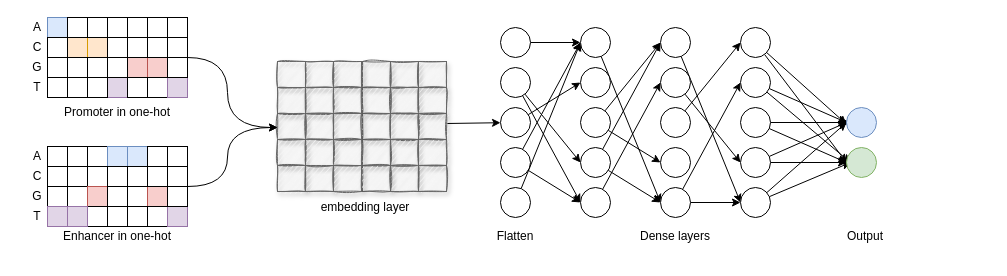
Above: onehot_embedding_dense.drawio in NaiveTom/draw.io (draw.io), before the change. Source tidied: cells renumbered, new cells numbered last; positions are measured from the earlier drawing's top-left corner, leaving out a move shared by most shapes. Both pictures are drawn from the tidied source at 100%, with x=0, y=0 at pixel (17, 17).
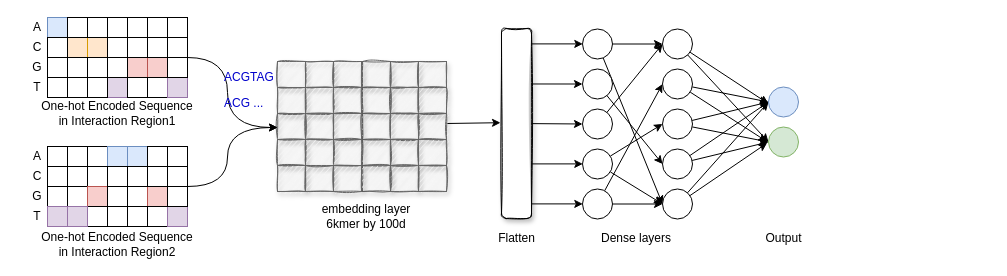
The same diagram, later.

Change to the diagram source:
```diff
@@
-    <mxCell id="10" style="edgeStyle=none;rounded=0;jettySize=auto;html=1;" parent="1" edge="1" target="110">
+    <mxCell id="10" style="edgeStyle=none;rounded=0;orthogonalLoop=1;jettySize=auto;html=1;" parent="1" edge="1">
       <mxGeometry relative="1" as="geometry">
         <mxPoint x="429" y="106" as="sourcePoint" />
+        <mxPoint x="483" y="105.2" as="targetPoint" />
       </mxGeometry>
     </mxCell>
@@
-    <mxCell id="33" value="&lt;div&gt;embedding layer&lt;/div&gt;" style="text;html=1;strokeColor=none;fillColor=none;align=center;verticalAlign=middle;whiteSpace=wrap;rounded=0;" parent="1" vertex="1">
-      <mxGeometry x="268" y="180" width="160" height="20" as="geometry" />
-    </mxCell>
-    <mxCell id="34" value="&lt;div&gt;Promoter in one-hot&lt;/div&gt;" style="text;html=1;strokeColor=none;fillColor=none;align=center;verticalAlign=middle;whiteSpace=wrap;rounded=0;" parent="1" vertex="1">
-      <mxGeometry x="20" y="85" width="160" height="20" as="geometry" />
-    </mxCell>
-    <mxCell id="35" value="&lt;div&gt;Enhancer in one-hot&lt;/div&gt;" style="text;html=1;strokeColor=none;fillColor=none;align=center;verticalAlign=middle;whiteSpace=wrap;rounded=0;" parent="1" vertex="1">
-      <mxGeometry x="20" y="209" width="160" height="20" as="geometry" />
-    </mxCell>
@@
-    <mxCell id="104" style="edgeStyle=none;rounded=0;jettySize=auto;html=1;entryX=0;entryY=0.5;entryDx=0;entryDy=0;" parent="1" edge="1" source="105" target="117">
-      <mxGeometry relative="1" as="geometry" />
-    </mxCell>
-    <mxCell id="105" style="ellipse;whiteSpace=wrap;html=1;" parent="1" vertex="1">
-      <mxGeometry x="483" y="10" width="30" height="30" as="geometry" />
-    </mxCell>
-    <mxCell id="106" style="edgeStyle=none;rounded=1;jumpSize=20;jettySize=auto;html=1;entryX=0;entryY=0.5;entryDx=0;entryDy=0;strokeWidth=1;" parent="1" edge="1" source="108" target="126">
-      <mxGeometry relative="1" as="geometry" />
-    </mxCell>
-    <mxCell id="107" style="edgeStyle=none;rounded=1;jumpSize=20;jettySize=auto;html=1;entryX=0;entryY=0.5;entryDx=0;entryDy=0;strokeWidth=1;" parent="1" edge="1" source="108" target="124">
-      <mxGeometry relative="1" as="geometry" />
-    </mxCell>
-    <mxCell id="108" style="ellipse;whiteSpace=wrap;html=1;" parent="1" vertex="1">
-      <mxGeometry x="483" y="50" width="30" height="30" as="geometry" />
-    </mxCell>
-    <mxCell id="109" style="rounded=1;jumpSize=20;jettySize=auto;html=1;entryX=0;entryY=0.5;entryDx=0;entryDy=0;strokeWidth=1;" parent="1" edge="1" source="110" target="118">
-      <mxGeometry relative="1" as="geometry" />
-    </mxCell>
-    <mxCell id="110" style="ellipse;whiteSpace=wrap;html=1;" parent="1" vertex="1">
-      <mxGeometry x="483" y="90" width="30" height="30" as="geometry" />
-    </mxCell>
-    <mxCell id="111" style="rounded=1;jumpSize=20;jettySize=auto;html=1;entryX=0;entryY=0.5;entryDx=0;entryDy=0;strokeWidth=1;" parent="1" edge="1" source="113" target="117">
-      <mxGeometry relative="1" as="geometry" />
-    </mxCell>
-    <mxCell id="112" style="edgeStyle=none;rounded=1;jumpSize=20;jettySize=auto;html=1;entryX=0;entryY=0.5;entryDx=0;entryDy=0;strokeWidth=1;" parent="1" edge="1" source="113" target="126">
-      <mxGeometry relative="1" as="geometry" />
-    </mxCell>
-    <mxCell id="113" style="ellipse;whiteSpace=wrap;html=1;" parent="1" vertex="1">
-      <mxGeometry x="483" y="130" width="30" height="30" as="geometry" />
-    </mxCell>
-    <mxCell id="114" style="edgeStyle=none;rounded=1;jumpSize=20;jettySize=auto;html=1;entryX=0;entryY=0.5;entryDx=0;entryDy=0;strokeWidth=1;" parent="1" edge="1" source="115" target="117">
-      <mxGeometry relative="1" as="geometry" />
-    </mxCell>
-    <mxCell id="115" style="ellipse;whiteSpace=wrap;html=1;" parent="1" vertex="1">
-      <mxGeometry x="483" y="170" width="30" height="30" as="geometry" />
-    </mxCell>
-    <mxCell id="116" style="edgeStyle=none;rounded=1;jumpSize=20;jettySize=auto;html=1;entryX=0;entryY=0.5;entryDx=0;entryDy=0;strokeWidth=1;" parent="1" edge="1" source="117" target="138">
-      <mxGeometry relative="1" as="geometry" />
-    </mxCell>
-    <mxCell id="117" style="ellipse;whiteSpace=wrap;html=1;" parent="1" vertex="1">
-      <mxGeometry x="563" y="10" width="30" height="30" as="geometry" />
-    </mxCell>
-    <mxCell id="118" style="ellipse;whiteSpace=wrap;html=1;" parent="1" vertex="1">
-      <mxGeometry x="563" y="50" width="30" height="30" as="geometry" />
-    </mxCell>
-    <mxCell id="119" style="edgeStyle=none;rounded=1;jumpSize=20;jettySize=auto;html=1;entryX=0;entryY=0.5;entryDx=0;entryDy=0;strokeWidth=1;" parent="1" edge="1" source="121" target="135">
-      <mxGeometry relative="1" as="geometry" />
-    </mxCell>
-    <mxCell id="120" style="edgeStyle=none;rounded=1;jumpSize=20;jettySize=auto;html=1;entryX=0;entryY=0.5;entryDx=0;entryDy=0;strokeWidth=1;" parent="1" edge="1" source="121" target="130">
-      <mxGeometry relative="1" as="geometry" />
-    </mxCell>
-    <mxCell id="121" style="ellipse;whiteSpace=wrap;html=1;" parent="1" vertex="1">
-      <mxGeometry x="563" y="90" width="30" height="30" as="geometry" />
-    </mxCell>
-    <mxCell id="122" style="edgeStyle=none;rounded=1;jumpSize=20;jettySize=auto;html=1;entryX=0;entryY=0.5;entryDx=0;entryDy=0;strokeWidth=1;" parent="1" edge="1" source="124" target="130">
-      <mxGeometry relative="1" as="geometry" />
-    </mxCell>
-    <mxCell id="123" style="edgeStyle=none;rounded=1;jumpSize=20;jettySize=auto;html=1;entryX=0;entryY=0.5;entryDx=0;entryDy=0;strokeWidth=1;" parent="1" edge="1" source="124" target="138">
-      <mxGeometry relative="1" as="geometry" />
-    </mxCell>
-    <mxCell id="124" style="ellipse;whiteSpace=wrap;html=1;" parent="1" vertex="1">
-      <mxGeometry x="563" y="130" width="30" height="30" as="geometry" />
-    </mxCell>
-    <mxCell id="125" style="edgeStyle=none;rounded=1;jumpSize=20;jettySize=auto;html=1;entryX=0;entryY=0.5;entryDx=0;entryDy=0;strokeWidth=1;" parent="1" edge="1" source="126" target="132">
-      <mxGeometry relative="1" as="geometry" />
-    </mxCell>
-    <mxCell id="126" style="ellipse;whiteSpace=wrap;html=1;" parent="1" vertex="1">
-      <mxGeometry x="563" y="170" width="30" height="30" as="geometry" />
-    </mxCell>
+    <mxCell id="157" value="One-hot Encoded Sequence in Interaction Region1" style="text;html=1;strokeColor=none;fillColor=none;align=center;verticalAlign=middle;whiteSpace=wrap;rounded=0;" parent="1" vertex="1">
+      <mxGeometry x="20" y="85.5" width="160" height="20" as="geometry" />
+    </mxCell>
+    <mxCell id="158" value="&lt;div&gt;One-hot Encoded Sequence in Interaction Region2&lt;/div&gt;" style="text;html=1;strokeColor=none;fillColor=none;align=center;verticalAlign=middle;whiteSpace=wrap;rounded=0;" parent="1" vertex="1">
+      <mxGeometry x="20" y="216.5" width="160" height="20" as="geometry" />
+    </mxCell>
+    <mxCell id="159" value="&lt;div&gt;embedding layer&lt;/div&gt;&lt;div&gt;6kmer by 100d&lt;/div&gt;" style="text;html=1;strokeColor=none;fillColor=none;align=center;verticalAlign=middle;whiteSpace=wrap;rounded=0;" parent="1" vertex="1">
+      <mxGeometry x="269" y="189" width="160" height="20" as="geometry" />
+    </mxCell>
+    <mxCell id="160" value="&lt;font color=&quot;#0000CC&quot;&gt;ACGTAG&lt;/font&gt;" style="text;whiteSpace=wrap;html=1;" parent="1" vertex="1">
+      <mxGeometry x="205" y="45.5" width="70" height="30" as="geometry" />
+    </mxCell>
+    <mxCell id="161" value="&lt;font color=&quot;#0000CC&quot;&gt;ACG ...&lt;/font&gt;" style="text;whiteSpace=wrap;html=1;" parent="1" vertex="1">
+      <mxGeometry x="205" y="71.5" width="70" height="30" as="geometry" />
+    </mxCell>
     <mxCell id="127" value="Dense layers" style="text;html=1;strokeColor=none;fillColor=none;align=center;verticalAlign=middle;whiteSpace=wrap;rounded=0;" parent="1" vertex="1">
-      <mxGeometry x="533" y="209" width="250" height="20" as="geometry" />
+      <mxGeometry x="574" y="210.5" width="90" height="20" as="geometry" />
     </mxCell>
     <mxCell id="128" value="Flatten" style="text;html=1;strokeColor=none;fillColor=none;align=center;verticalAlign=middle;whiteSpace=wrap;rounded=0;" parent="1" vertex="1">
-      <mxGeometry x="373" y="209" width="250" height="20" as="geometry" />
+      <mxGeometry x="488.5" y="210.5" width="21" height="20" as="geometry" />
     </mxCell>
-    <mxCell id="129" style="edgeStyle=none;rounded=1;jumpSize=20;jettySize=auto;html=1;entryX=0;entryY=0.5;entryDx=0;entryDy=0;strokeWidth=1;" parent="1" edge="1" source="130" target="153">
-      <mxGeometry relative="1" as="geometry" />
-    </mxCell>
-    <mxCell id="130" style="ellipse;whiteSpace=wrap;html=1;" parent="1" vertex="1">
-      <mxGeometry x="643" y="10" width="30" height="30" as="geometry" />
-    </mxCell>
-    <mxCell id="131" style="edgeStyle=none;rounded=1;jumpSize=20;jettySize=auto;html=1;entryX=0;entryY=0.5;entryDx=0;entryDy=0;strokeWidth=1;" parent="1" edge="1" source="132" target="150">
-      <mxGeometry relative="1" as="geometry" />
-    </mxCell>
-    <mxCell id="132" style="ellipse;whiteSpace=wrap;html=1;" parent="1" vertex="1">
-      <mxGeometry x="643" y="50" width="30" height="30" as="geometry" />
-    </mxCell>
-    <mxCell id="133" style="edgeStyle=none;rounded=1;jumpSize=20;jettySize=auto;html=1;entryX=0;entryY=0.5;entryDx=0;entryDy=0;strokeWidth=1;" parent="1" edge="1" source="134" target="141">
-      <mxGeometry relative="1" as="geometry" />
-    </mxCell>
-    <mxCell id="134" style="ellipse;whiteSpace=wrap;html=1;" parent="1" vertex="1">
-      <mxGeometry x="643" y="90" width="30" height="30" as="geometry" />
-    </mxCell>
-    <mxCell id="135" style="ellipse;whiteSpace=wrap;html=1;" parent="1" vertex="1">
-      <mxGeometry x="643" y="130" width="30" height="30" as="geometry" />
-    </mxCell>
-    <mxCell id="136" style="edgeStyle=none;rounded=1;jumpSize=20;jettySize=auto;html=1;entryX=0;entryY=0.5;entryDx=0;entryDy=0;strokeWidth=1;" parent="1" edge="1" source="138" target="144">
-      <mxGeometry relative="1" as="geometry" />
-    </mxCell>
-    <mxCell id="137" style="edgeStyle=none;rounded=1;jumpSize=20;jettySize=auto;html=1;entryX=0;entryY=0.5;entryDx=0;entryDy=0;strokeWidth=1;" parent="1" edge="1" source="138" target="153">
-      <mxGeometry relative="1" as="geometry" />
-    </mxCell>
-    <mxCell id="138" style="ellipse;whiteSpace=wrap;html=1;" parent="1" vertex="1">
-      <mxGeometry x="643" y="170" width="30" height="30" as="geometry" />
-    </mxCell>
-    <mxCell id="139" style="edgeStyle=none;rounded=1;jumpSize=20;jettySize=auto;html=1;entryX=0;entryY=0.5;entryDx=0;entryDy=0;strokeWidth=1;" parent="1" edge="1" source="141" target="156">
-      <mxGeometry relative="1" as="geometry" />
-    </mxCell>
-    <mxCell id="140" style="edgeStyle=none;rounded=1;jumpSize=20;jettySize=auto;html=1;strokeWidth=1;entryX=-0.001;entryY=0.557;entryDx=0;entryDy=0;entryPerimeter=0;" parent="1" edge="1" source="141" target="155">
-      <mxGeometry relative="1" as="geometry" />
-    </mxCell>
-    <mxCell id="141" style="ellipse;whiteSpace=wrap;html=1;" parent="1" vertex="1">
-      <mxGeometry x="723" y="10" width="30" height="30" as="geometry" />
-    </mxCell>
-    <mxCell id="142" style="edgeStyle=none;rounded=1;jumpSize=20;jettySize=auto;html=1;entryX=0;entryY=0.5;entryDx=0;entryDy=0;strokeWidth=1;" parent="1" edge="1" source="144" target="155">
-      <mxGeometry relative="1" as="geometry" />
-    </mxCell>
-    <mxCell id="143" style="edgeStyle=none;rounded=1;jumpSize=20;jettySize=auto;html=1;strokeWidth=1;" parent="1" edge="1" source="144">
-      <mxGeometry relative="1" as="geometry">
-        <mxPoint x="833" y="145" as="targetPoint" />
-      </mxGeometry>
-    </mxCell>
-    <mxCell id="144" style="ellipse;whiteSpace=wrap;html=1;" parent="1" vertex="1">
-      <mxGeometry x="723" y="50" width="30" height="30" as="geometry" />
-    </mxCell>
-    <mxCell id="145" style="edgeStyle=none;rounded=1;jumpSize=20;jettySize=auto;html=1;entryX=0;entryY=0.5;entryDx=0;entryDy=0;strokeWidth=1;" parent="1" edge="1" source="147" target="156">
-      <mxGeometry relative="1" as="geometry" />
-    </mxCell>
-    <mxCell id="146" style="edgeStyle=none;rounded=1;jumpSize=20;jettySize=auto;html=1;strokeWidth=1;" parent="1" edge="1" source="147">
-      <mxGeometry relative="1" as="geometry">
-        <mxPoint x="833" y="105" as="targetPoint" />
-      </mxGeometry>
-    </mxCell>
-    <mxCell id="147" style="ellipse;whiteSpace=wrap;html=1;" parent="1" vertex="1">
-      <mxGeometry x="723" y="90" width="30" height="30" as="geometry" />
-    </mxCell>
-    <mxCell id="148" style="edgeStyle=none;rounded=1;jumpSize=20;jettySize=auto;html=1;entryX=0;entryY=0.5;entryDx=0;entryDy=0;strokeWidth=1;" parent="1" edge="1" source="150" target="155">
-      <mxGeometry relative="1" as="geometry" />
-    </mxCell>
-    <mxCell id="149" style="edgeStyle=none;rounded=1;jumpSize=20;jettySize=auto;html=1;strokeWidth=1;entryX=0;entryY=0.5;entryDx=0;entryDy=0;" parent="1" edge="1" source="150" target="156">
-      <mxGeometry relative="1" as="geometry" />
-    </mxCell>
-    <mxCell id="150" style="ellipse;whiteSpace=wrap;html=1;" parent="1" vertex="1">
-      <mxGeometry x="723" y="130" width="30" height="30" as="geometry" />
-    </mxCell>
-    <mxCell id="151" style="edgeStyle=none;rounded=1;jumpSize=20;jettySize=auto;html=1;strokeWidth=1;" parent="1" edge="1" source="153">
-      <mxGeometry relative="1" as="geometry">
-        <mxPoint x="833" y="145" as="targetPoint" />
-      </mxGeometry>
-    </mxCell>
-    <mxCell id="152" style="edgeStyle=none;rounded=1;jumpSize=20;jettySize=auto;html=1;strokeWidth=1;entryX=0;entryY=0.5;entryDx=0;entryDy=0;" parent="1" edge="1" source="153" target="155">
-      <mxGeometry relative="1" as="geometry" />
-    </mxCell>
-    <mxCell id="153" style="ellipse;whiteSpace=wrap;html=1;" parent="1" vertex="1">
-      <mxGeometry x="723" y="170" width="30" height="30" as="geometry" />
-    </mxCell>
+    <mxCell id="162" style="edgeStyle=none;rounded=1;jumpSize=20;jettySize=auto;html=1;entryX=0;entryY=0.5;entryDx=0;entryDy=0;strokeWidth=1;" parent="1" edge="1" source="164" target="189">
+      <mxGeometry relative="1" as="geometry" />
+    </mxCell>
+    <mxCell id="163" style="edgeStyle=none;rounded=0;jettySize=auto;html=1;entryX=0;entryY=0.5;entryDx=0;entryDy=0;" parent="1" edge="1" source="164" target="177">
+      <mxGeometry relative="1" as="geometry" />
+    </mxCell>
+    <mxCell id="164" style="ellipse;whiteSpace=wrap;html=1;" parent="1" vertex="1">
+      <mxGeometry x="565" y="11.5" width="30" height="30" as="geometry" />
+    </mxCell>
+    <mxCell id="165" style="edgeStyle=none;rounded=1;jumpSize=20;jettySize=auto;html=1;entryX=0;entryY=0.5;entryDx=0;entryDy=0;strokeWidth=1;" parent="1" edge="1" source="166" target="186">
+      <mxGeometry relative="1" as="geometry" />
+    </mxCell>
+    <mxCell id="166" style="ellipse;whiteSpace=wrap;html=1;" parent="1" vertex="1">
+      <mxGeometry x="565" y="51.5" width="30" height="30" as="geometry" />
+    </mxCell>
+    <mxCell id="167" style="edgeStyle=none;rounded=1;jumpSize=20;jettySize=auto;html=1;entryX=0;entryY=0.5;entryDx=0;entryDy=0;strokeWidth=1;" parent="1" edge="1" source="168" target="177">
+      <mxGeometry relative="1" as="geometry" />
+    </mxCell>
+    <mxCell id="168" style="ellipse;whiteSpace=wrap;html=1;" parent="1" vertex="1">
+      <mxGeometry x="565" y="91.5" width="30" height="30" as="geometry" />
+    </mxCell>
+    <mxCell id="169" style="edgeStyle=none;rounded=0;jettySize=auto;html=1;entryX=0;entryY=0.5;entryDx=0;entryDy=0;" parent="1" edge="1" source="171" target="183">
+      <mxGeometry relative="1" as="geometry" />
+    </mxCell>
+    <mxCell id="170" style="edgeStyle=none;rounded=0;jettySize=auto;html=1;entryX=0;entryY=0.5;entryDx=0;entryDy=0;" parent="1" edge="1" source="171" target="189">
+      <mxGeometry relative="1" as="geometry" />
+    </mxCell>
+    <mxCell id="171" style="ellipse;whiteSpace=wrap;html=1;" parent="1" vertex="1">
+      <mxGeometry x="565" y="131.5" width="30" height="30" as="geometry" />
+    </mxCell>
+    <mxCell id="172" style="edgeStyle=none;rounded=1;jumpSize=20;jettySize=auto;html=1;entryX=0;entryY=0.5;entryDx=0;entryDy=0;strokeWidth=1;" parent="1" edge="1" source="174" target="180">
+      <mxGeometry relative="1" as="geometry" />
+    </mxCell>
+    <mxCell id="173" style="edgeStyle=none;rounded=1;jumpSize=20;jettySize=auto;html=1;entryX=0;entryY=0.5;entryDx=0;entryDy=0;strokeWidth=1;" parent="1" edge="1" source="174" target="189">
+      <mxGeometry relative="1" as="geometry" />
+    </mxCell>
+    <mxCell id="174" style="ellipse;whiteSpace=wrap;html=1;" parent="1" vertex="1">
+      <mxGeometry x="565" y="171.5" width="30" height="30" as="geometry" />
+    </mxCell>
+    <mxCell id="175" style="edgeStyle=none;rounded=1;jumpSize=20;jettySize=auto;html=1;entryX=0;entryY=0.5;entryDx=0;entryDy=0;strokeWidth=1;" parent="1" edge="1" source="177" target="191">
+      <mxGeometry relative="1" as="geometry" />
+    </mxCell>
+    <mxCell id="176" style="edgeStyle=none;rounded=1;jumpSize=20;jettySize=auto;html=1;strokeWidth=1;entryX=-0.001;entryY=0.557;entryDx=0;entryDy=0;entryPerimeter=0;" parent="1" edge="1" source="177" target="190">
+      <mxGeometry relative="1" as="geometry" />
+    </mxCell>
+    <mxCell id="177" style="ellipse;whiteSpace=wrap;html=1;" parent="1" vertex="1">
+      <mxGeometry x="645" y="11.5" width="30" height="30" as="geometry" />
+    </mxCell>
+    <mxCell id="178" style="edgeStyle=none;rounded=1;jumpSize=20;jettySize=auto;html=1;entryX=0;entryY=0.5;entryDx=0;entryDy=0;strokeWidth=1;" parent="1" edge="1" source="180" target="190">
+      <mxGeometry relative="1" as="geometry" />
+    </mxCell>
+    <mxCell id="179" style="edgeStyle=none;rounded=1;jumpSize=20;jettySize=auto;html=1;strokeWidth=1;entryX=-0.057;entryY=0.483;entryDx=0;entryDy=0;entryPerimeter=0;" parent="1" edge="1" source="180" target="191">
+      <mxGeometry relative="1" as="geometry" />
+    </mxCell>
+    <mxCell id="180" style="ellipse;whiteSpace=wrap;html=1;" parent="1" vertex="1">
+      <mxGeometry x="645" y="51.5" width="30" height="30" as="geometry" />
+    </mxCell>
+    <mxCell id="181" style="edgeStyle=none;rounded=1;jumpSize=20;jettySize=auto;html=1;entryX=0;entryY=0.5;entryDx=0;entryDy=0;strokeWidth=1;" parent="1" edge="1" source="183" target="191">
+      <mxGeometry relative="1" as="geometry" />
+    </mxCell>
+    <mxCell id="182" style="edgeStyle=none;rounded=1;jumpSize=20;jettySize=auto;html=1;strokeWidth=1;entryX=0;entryY=0.5;entryDx=0;entryDy=0;" parent="1" edge="1" source="183" target="190">
+      <mxGeometry relative="1" as="geometry" />
+    </mxCell>
+    <mxCell id="183" style="ellipse;whiteSpace=wrap;html=1;" parent="1" vertex="1">
+      <mxGeometry x="645" y="91.5" width="30" height="30" as="geometry" />
+    </mxCell>
+    <mxCell id="184" style="edgeStyle=none;rounded=1;jumpSize=20;jettySize=auto;html=1;entryX=0;entryY=0.5;entryDx=0;entryDy=0;strokeWidth=1;" parent="1" edge="1" source="186" target="190">
+      <mxGeometry relative="1" as="geometry" />
+    </mxCell>
+    <mxCell id="185" style="edgeStyle=none;rounded=1;jumpSize=20;jettySize=auto;html=1;strokeWidth=1;entryX=0;entryY=0.5;entryDx=0;entryDy=0;" parent="1" edge="1" source="186" target="191">
+      <mxGeometry relative="1" as="geometry" />
+    </mxCell>
+    <mxCell id="186" style="ellipse;whiteSpace=wrap;html=1;" parent="1" vertex="1">
+      <mxGeometry x="645" y="131.5" width="30" height="30" as="geometry" />
+    </mxCell>
+    <mxCell id="187" style="edgeStyle=none;rounded=1;jumpSize=20;jettySize=auto;html=1;strokeWidth=1;entryX=-0.05;entryY=0.538;entryDx=0;entryDy=0;entryPerimeter=0;" parent="1" edge="1" source="189" target="191">
+      <mxGeometry relative="1" as="geometry" />
+    </mxCell>
+    <mxCell id="188" style="edgeStyle=none;rounded=1;jumpSize=20;jettySize=auto;html=1;strokeWidth=1;entryX=0;entryY=0.5;entryDx=0;entryDy=0;" parent="1" edge="1" source="189" target="190">
+      <mxGeometry relative="1" as="geometry" />
+    </mxCell>
+    <mxCell id="189" style="ellipse;whiteSpace=wrap;html=1;" parent="1" vertex="1">
+      <mxGeometry x="645" y="171.5" width="30" height="30" as="geometry" />
+    </mxCell>
     <mxCell id="154" value="&lt;div&gt;Output&lt;/div&gt;" style="text;html=1;strokeColor=none;fillColor=none;align=center;verticalAlign=middle;whiteSpace=wrap;rounded=0;" parent="1" vertex="1">
-      <mxGeometry x="723" y="209" width="250" height="20" as="geometry" />
+      <mxGeometry x="754.8" y="210.5" width="22.5" height="20" as="geometry" />
     </mxCell>
-    <mxCell id="155" style="ellipse;whiteSpace=wrap;html=1;fillColor=#dae8fc;strokeColor=#6c8ebf;" parent="1" vertex="1">
-      <mxGeometry x="829" y="90" width="30" height="30" as="geometry" />
-    </mxCell>
-    <mxCell id="156" style="ellipse;whiteSpace=wrap;html=1;fillColor=#d5e8d4;strokeColor=#82b366;" parent="1" vertex="1">
-      <mxGeometry x="829" y="130" width="30" height="30" as="geometry" />
-    </mxCell>
+    <mxCell id="190" style="ellipse;whiteSpace=wrap;html=1;fillColor=#dae8fc;strokeColor=#6c8ebf;" parent="1" vertex="1">
+      <mxGeometry x="751" y="69.5" width="30" height="30" as="geometry" />
+    </mxCell>
+    <mxCell id="191" style="ellipse;whiteSpace=wrap;html=1;fillColor=#d5e8d4;strokeColor=#82b366;" parent="1" vertex="1">
+      <mxGeometry x="751" y="109.5" width="30" height="30" as="geometry" />
+    </mxCell>
+    <mxCell id="192" style="rounded=0;jettySize=auto;html=1;entryX=0;entryY=0.5;entryDx=0;entryDy=0;" parent="1" edge="1" source="193">
+      <mxGeometry relative="1" as="geometry">
+        <mxPoint x="565" y="106.5" as="targetPoint" />
+      </mxGeometry>
+    </mxCell>
+    <mxCell id="193" style="rounded=1;whiteSpace=wrap;html=1;shadow=1;glass=0;sketch=1;" parent="1" vertex="1">
+      <mxGeometry x="484" y="11" width="30" height="190" as="geometry" />
+    </mxCell>
+    <mxCell id="194" style="endArrow=classic;html=1;entryX=0;entryY=0.5;entryDx=0;entryDy=0;exitX=0.989;exitY=0.292;exitDx=0;exitDy=0;exitPerimeter=0;" parent="1" edge="1" source="193">
+      <mxGeometry relative="1" as="geometry">
+        <mxPoint x="565" y="66.5" as="targetPoint" />
+      </mxGeometry>
+    </mxCell>
+    <mxCell id="195" style="endArrow=classic;html=1;entryX=0;entryY=0.5;entryDx=0;entryDy=0;exitX=0.989;exitY=0.292;exitDx=0;exitDy=0;exitPerimeter=0;" parent="1" edge="1">
+      <mxGeometry relative="1" as="geometry">
+        <mxPoint x="514" y="26.4" as="sourcePoint" />
+        <mxPoint x="565.3" y="26.4" as="targetPoint" />
+      </mxGeometry>
+    </mxCell>
+    <mxCell id="196" style="endArrow=classic;html=1;entryX=0;entryY=0.5;entryDx=0;entryDy=0;exitX=0.989;exitY=0.292;exitDx=0;exitDy=0;exitPerimeter=0;" parent="1" edge="1">
+      <mxGeometry relative="1" as="geometry">
+        <mxPoint x="514" y="146.4" as="sourcePoint" />
+        <mxPoint x="565.3" y="146.4" as="targetPoint" />
+      </mxGeometry>
+    </mxCell>
+    <mxCell id="197" style="endArrow=classic;html=1;entryX=0;entryY=0.5;entryDx=0;entryDy=0;exitX=0.989;exitY=0.292;exitDx=0;exitDy=0;exitPerimeter=0;" parent="1" edge="1">
+      <mxGeometry relative="1" as="geometry">
+        <mxPoint x="514" y="186.4" as="sourcePoint" />
+        <mxPoint x="565.3" y="186.4" as="targetPoint" />
+      </mxGeometry>
+    </mxCell>
```
